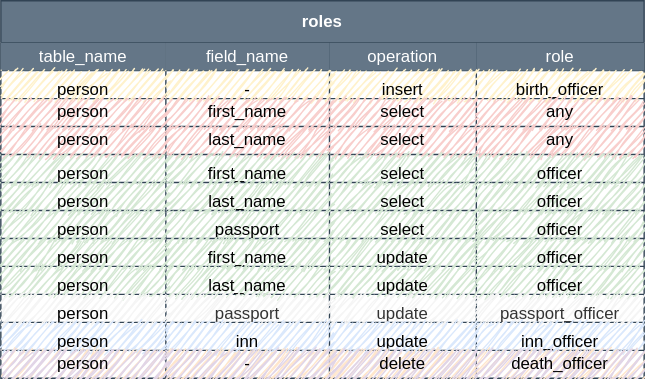
Before: modules/ROOT/images/datafactory/rbac-table.svg, a diagram exported from draw.io (epam/edp-ddm-architecture). Source tidied: cells renumbered, new cells last; positions are measured from the earlier drawing's top-left corner, leaving out a move shared by most shapes.
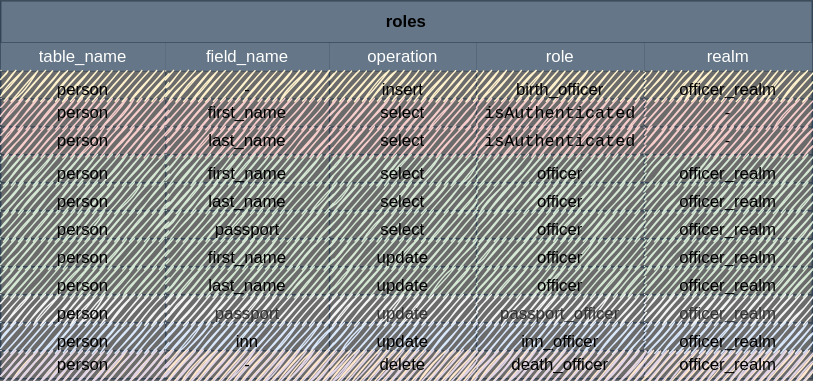
After the commit.

Commit message:
[MDTUDDM-5593] - considering Keycloak realm in RBAC

Diff of the diagram source:
```diff
@@ -1,12 +1,12 @@
-<mxGraphModel>
+<mxGraphModel background="#6B6B6B">
   <root>
     <mxCell id="0" />
     <mxCell id="1" parent="0" />
-    <mxCell id="2" value="roles" style="shape=table;html=1;whiteSpace=wrap;startSize=30;fontStyle=1;align=center;sketch=0;fillColor=#647687;strokeColor=#314354;fontColor=#ffffff;shadow=0;" parent="1" vertex="1">
-      <mxGeometry width="460" height="270" as="geometry" />
+    <mxCell id="2" value="roles" style="shape=table;html=1;whiteSpace=wrap;startSize=30;fontStyle=1;align=center;sketch=0;fillColor=#647687;strokeColor=#314354;shadow=0;fontColor=#000000;" parent="1" vertex="1">
+      <mxGeometry width="580" height="270" as="geometry" />
     </mxCell>
     <mxCell id="3" style="shape=partialRectangle;html=1;whiteSpace=wrap;fillColor=none;top=0;left=0;bottom=0;right=0;" parent="2" vertex="1">
-      <mxGeometry y="30" width="460" height="20" as="geometry" />
+      <mxGeometry y="30" width="580" height="20" as="geometry" />
     </mxCell>
     <mxCell id="4" value="table_name" style="shape=partialRectangle;html=1;whiteSpace=wrap;fillColor=#647687;top=0;left=0;bottom=0;right=0;overflow=hidden;strokeColor=#314354;fontColor=#ffffff;" parent="3" vertex="1">
       <mxGeometry width="118" height="20" as="geometry" />
@@ -20,8 +20,11 @@
     <mxCell id="7" value="role" style="shape=partialRectangle;html=1;whiteSpace=wrap;fillColor=#647687;top=0;left=0;bottom=0;right=0;overflow=hidden;strokeColor=#314354;fontColor=#ffffff;" parent="3" vertex="1">
       <mxGeometry x="340" width="120" height="20" as="geometry" />
     </mxCell>
+    <mxCell id="63" value="realm" style="shape=partialRectangle;html=1;whiteSpace=wrap;fillColor=#647687;top=0;left=0;bottom=0;right=0;overflow=hidden;strokeColor=#314354;fontColor=#ffffff;" parent="3" vertex="1">
+      <mxGeometry x="460" width="120" height="20" as="geometry" />
+    </mxCell>
     <mxCell id="8" style="shape=partialRectangle;html=1;whiteSpace=wrap;fillColor=none;top=0;left=0;bottom=0;right=0;" parent="2" vertex="1">
-      <mxGeometry y="50" width="460" height="20" as="geometry" />
+      <mxGeometry y="50" width="580" height="20" as="geometry" />
     </mxCell>
     <mxCell id="9" value="person" style="shape=partialRectangle;html=1;whiteSpace=wrap;fillColor=#fff2cc;top=0;left=0;bottom=0;right=0;overflow=hidden;verticalAlign=top;strokeColor=#d6b656;sketch=1;" parent="8" vertex="1">
       <mxGeometry width="118" height="20" as="geometry" />
@@ -35,8 +38,11 @@
     <mxCell id="12" value="birth_officer" style="shape=partialRectangle;html=1;whiteSpace=wrap;fillColor=#fff2cc;top=0;left=0;bottom=0;right=0;overflow=hidden;verticalAlign=top;strokeColor=#d6b656;sketch=1;" parent="8" vertex="1">
       <mxGeometry x="340" width="120" height="20" as="geometry" />
     </mxCell>
+    <mxCell id="64" value="officer_realm" style="shape=partialRectangle;html=1;whiteSpace=wrap;fillColor=#fff2cc;top=0;left=0;bottom=0;right=0;overflow=hidden;verticalAlign=top;strokeColor=#d6b656;sketch=1;" parent="8" vertex="1">
+      <mxGeometry x="460" width="120" height="20" as="geometry" />
+    </mxCell>
     <mxCell id="13" style="shape=partialRectangle;html=1;whiteSpace=wrap;fillColor=none;top=0;left=0;bottom=0;right=0;" parent="2" vertex="1">
-      <mxGeometry y="70" width="460" height="20" as="geometry" />
+      <mxGeometry y="70" width="580" height="20" as="geometry" />
     </mxCell>
     <mxCell id="14" value="person" style="shape=partialRectangle;html=1;whiteSpace=wrap;fillColor=#f8cecc;top=0;left=0;bottom=0;right=0;overflow=hidden;strokeColor=#b85450;sketch=1;" parent="13" vertex="1">
       <mxGeometry width="118" height="20" as="geometry" />
@@ -47,11 +53,14 @@
     <mxCell id="16" value="select" style="shape=partialRectangle;html=1;whiteSpace=wrap;fillColor=#f8cecc;top=0;left=0;bottom=0;right=0;overflow=hidden;strokeColor=#b85450;sketch=1;" parent="13" vertex="1">
       <mxGeometry x="235" width="105" height="20" as="geometry" />
     </mxCell>
-    <mxCell id="17" value="any" style="shape=partialRectangle;html=1;whiteSpace=wrap;fillColor=#f8cecc;top=0;left=0;bottom=0;right=0;overflow=hidden;strokeColor=#b85450;sketch=1;" parent="13" vertex="1">
+    <mxCell id="17" value="&lt;code&gt;isAuthenticated&lt;/code&gt;" style="shape=partialRectangle;html=1;whiteSpace=wrap;fillColor=#f8cecc;top=0;left=0;bottom=0;right=0;overflow=hidden;strokeColor=#b85450;sketch=1;" parent="13" vertex="1">
       <mxGeometry x="340" width="120" height="20" as="geometry" />
     </mxCell>
+    <mxCell id="65" value="&lt;span&gt;-&lt;/span&gt;" style="shape=partialRectangle;html=1;whiteSpace=wrap;fillColor=#f8cecc;top=0;left=0;bottom=0;right=0;overflow=hidden;strokeColor=#b85450;sketch=1;" parent="13" vertex="1">
+      <mxGeometry x="460" width="120" height="20" as="geometry" />
+    </mxCell>
     <mxCell id="18" style="shape=partialRectangle;html=1;whiteSpace=wrap;fillColor=none;top=0;left=0;bottom=0;right=0;" parent="2" vertex="1">
-      <mxGeometry y="90" width="460" height="20" as="geometry" />
+      <mxGeometry y="90" width="580" height="20" as="geometry" />
     </mxCell>
     <mxCell id="19" value="person" style="shape=partialRectangle;html=1;whiteSpace=wrap;fillColor=#f8cecc;top=0;left=0;bottom=0;right=0;overflow=hidden;strokeColor=#b85450;sketch=1;" parent="18" vertex="1">
       <mxGeometry width="118" height="20" as="geometry" />
@@ -62,11 +71,14 @@
     <mxCell id="21" value="&lt;span&gt;select&lt;/span&gt;" style="shape=partialRectangle;html=1;whiteSpace=wrap;fillColor=#f8cecc;top=0;left=0;bottom=0;right=0;overflow=hidden;strokeColor=#b85450;sketch=1;" parent="18" vertex="1">
       <mxGeometry x="235" width="105" height="20" as="geometry" />
     </mxCell>
-    <mxCell id="22" value="any" style="shape=partialRectangle;html=1;whiteSpace=wrap;fillColor=#f8cecc;top=0;left=0;bottom=0;right=0;overflow=hidden;strokeColor=#b85450;sketch=1;" parent="18" vertex="1">
+    <mxCell id="22" value="&lt;code&gt;isAuthenticated&lt;/code&gt;" style="shape=partialRectangle;html=1;whiteSpace=wrap;fillColor=#f8cecc;top=0;left=0;bottom=0;right=0;overflow=hidden;strokeColor=#b85450;sketch=1;" parent="18" vertex="1">
       <mxGeometry x="340" width="120" height="20" as="geometry" />
     </mxCell>
+    <mxCell id="66" value="&lt;span&gt;-&lt;/span&gt;" style="shape=partialRectangle;html=1;whiteSpace=wrap;fillColor=#f8cecc;top=0;left=0;bottom=0;right=0;overflow=hidden;strokeColor=#b85450;sketch=1;" parent="18" vertex="1">
+      <mxGeometry x="460" width="120" height="20" as="geometry" />
+    </mxCell>
     <mxCell id="23" style="shape=partialRectangle;html=1;whiteSpace=wrap;fillColor=none;top=0;left=0;bottom=0;right=0;" parent="2" vertex="1">
-      <mxGeometry y="110" width="460" height="20" as="geometry" />
+      <mxGeometry y="110" width="580" height="20" as="geometry" />
     </mxCell>
     <mxCell id="24" value="person" style="shape=partialRectangle;html=1;whiteSpace=wrap;fillColor=#d5e8d4;top=0;left=0;bottom=0;right=0;overflow=hidden;verticalAlign=top;strokeColor=#82b366;sketch=1;" parent="23" vertex="1">
       <mxGeometry width="118" height="20" as="geometry" />
@@ -80,8 +92,11 @@
     <mxCell id="27" value="&lt;span&gt;officer&lt;/span&gt;" style="shape=partialRectangle;html=1;whiteSpace=wrap;fillColor=#d5e8d4;top=0;left=0;bottom=0;right=0;overflow=hidden;verticalAlign=top;strokeColor=#82b366;sketch=1;" parent="23" vertex="1">
       <mxGeometry x="340" width="120" height="20" as="geometry" />
     </mxCell>
+    <mxCell id="67" value="&lt;span&gt;officer_realm&lt;/span&gt;" style="shape=partialRectangle;html=1;whiteSpace=wrap;fillColor=#d5e8d4;top=0;left=0;bottom=0;right=0;overflow=hidden;verticalAlign=top;strokeColor=#82b366;sketch=1;" parent="23" vertex="1">
+      <mxGeometry x="460" width="120" height="20" as="geometry" />
+    </mxCell>
     <mxCell id="28" style="shape=partialRectangle;html=1;whiteSpace=wrap;fillColor=none;top=0;left=0;bottom=0;right=0;" parent="2" vertex="1">
-      <mxGeometry y="130" width="460" height="20" as="geometry" />
+      <mxGeometry y="130" width="580" height="20" as="geometry" />
     </mxCell>
     <mxCell id="29" value="person" style="shape=partialRectangle;html=1;whiteSpace=wrap;fillColor=#d5e8d4;top=0;left=0;bottom=0;right=0;overflow=hidden;verticalAlign=top;strokeColor=#82b366;sketch=1;" parent="28" vertex="1">
       <mxGeometry width="118" height="20" as="geometry" />
@@ -95,8 +110,11 @@
     <mxCell id="32" value="&lt;span&gt;officer&lt;/span&gt;" style="shape=partialRectangle;html=1;whiteSpace=wrap;fillColor=#d5e8d4;top=0;left=0;bottom=0;right=0;overflow=hidden;verticalAlign=top;strokeColor=#82b366;sketch=1;" parent="28" vertex="1">
       <mxGeometry x="340" width="120" height="20" as="geometry" />
     </mxCell>
+    <mxCell id="68" value="&lt;span&gt;officer_realm&lt;/span&gt;" style="shape=partialRectangle;html=1;whiteSpace=wrap;fillColor=#d5e8d4;top=0;left=0;bottom=0;right=0;overflow=hidden;verticalAlign=top;strokeColor=#82b366;sketch=1;" parent="28" vertex="1">
+      <mxGeometry x="460" width="120" height="20" as="geometry" />
+    </mxCell>
     <mxCell id="33" style="shape=partialRectangle;html=1;whiteSpace=wrap;fillColor=none;top=0;left=0;bottom=0;right=0;" parent="2" vertex="1">
-      <mxGeometry y="150" width="460" height="20" as="geometry" />
+      <mxGeometry y="150" width="580" height="20" as="geometry" />
     </mxCell>
     <mxCell id="34" value="person" style="shape=partialRectangle;html=1;whiteSpace=wrap;fillColor=#d5e8d4;top=0;left=0;bottom=0;right=0;overflow=hidden;verticalAlign=top;strokeColor=#82b366;sketch=1;" parent="33" vertex="1">
       <mxGeometry width="118" height="20" as="geometry" />
@@ -110,8 +128,11 @@
     <mxCell id="37" value="&lt;span&gt;officer&lt;/span&gt;" style="shape=partialRectangle;html=1;whiteSpace=wrap;fillColor=#d5e8d4;top=0;left=0;bottom=0;right=0;overflow=hidden;verticalAlign=top;strokeColor=#82b366;sketch=1;" parent="33" vertex="1">
       <mxGeometry x="340" width="120" height="20" as="geometry" />
     </mxCell>
+    <mxCell id="69" value="&lt;span&gt;officer_realm&lt;/span&gt;" style="shape=partialRectangle;html=1;whiteSpace=wrap;fillColor=#d5e8d4;top=0;left=0;bottom=0;right=0;overflow=hidden;verticalAlign=top;strokeColor=#82b366;sketch=1;" parent="33" vertex="1">
+      <mxGeometry x="460" width="120" height="20" as="geometry" />
+    </mxCell>
     <mxCell id="38" style="shape=partialRectangle;html=1;whiteSpace=wrap;fillColor=none;top=0;left=0;bottom=0;right=0;" parent="2" vertex="1">
-      <mxGeometry y="170" width="460" height="20" as="geometry" />
+      <mxGeometry y="170" width="580" height="20" as="geometry" />
     </mxCell>
     <mxCell id="39" value="person" style="shape=partialRectangle;html=1;whiteSpace=wrap;fillColor=#d5e8d4;top=0;left=0;bottom=0;right=0;overflow=hidden;verticalAlign=top;strokeColor=#82b366;sketch=1;" parent="38" vertex="1">
       <mxGeometry width="118" height="20" as="geometry" />
@@ -125,8 +146,11 @@
     <mxCell id="42" value="&lt;span&gt;officer&lt;/span&gt;" style="shape=partialRectangle;html=1;whiteSpace=wrap;fillColor=#d5e8d4;top=0;left=0;bottom=0;right=0;overflow=hidden;verticalAlign=top;strokeColor=#82b366;sketch=1;" parent="38" vertex="1">
       <mxGeometry x="340" width="120" height="20" as="geometry" />
     </mxCell>
+    <mxCell id="70" value="&lt;span&gt;officer_realm&lt;/span&gt;" style="shape=partialRectangle;html=1;whiteSpace=wrap;fillColor=#d5e8d4;top=0;left=0;bottom=0;right=0;overflow=hidden;verticalAlign=top;strokeColor=#82b366;sketch=1;" parent="38" vertex="1">
+      <mxGeometry x="460" width="120" height="20" as="geometry" />
+    </mxCell>
     <mxCell id="43" style="shape=partialRectangle;html=1;whiteSpace=wrap;fillColor=none;top=0;left=0;bottom=0;right=0;" parent="2" vertex="1">
-      <mxGeometry y="190" width="460" height="20" as="geometry" />
+      <mxGeometry y="190" width="580" height="20" as="geometry" />
     </mxCell>
     <mxCell id="44" value="person" style="shape=partialRectangle;html=1;whiteSpace=wrap;fillColor=#d5e8d4;top=0;left=0;bottom=0;right=0;overflow=hidden;verticalAlign=top;strokeColor=#82b366;sketch=1;" parent="43" vertex="1">
       <mxGeometry width="118" height="20" as="geometry" />
@@ -140,8 +164,11 @@
     <mxCell id="47" value="&lt;span&gt;officer&lt;/span&gt;" style="shape=partialRectangle;html=1;whiteSpace=wrap;fillColor=#d5e8d4;top=0;left=0;bottom=0;right=0;overflow=hidden;verticalAlign=top;strokeColor=#82b366;sketch=1;" parent="43" vertex="1">
       <mxGeometry x="340" width="120" height="20" as="geometry" />
     </mxCell>
+    <mxCell id="71" value="&lt;span&gt;officer_realm&lt;/span&gt;" style="shape=partialRectangle;html=1;whiteSpace=wrap;fillColor=#d5e8d4;top=0;left=0;bottom=0;right=0;overflow=hidden;verticalAlign=top;strokeColor=#82b366;sketch=1;" parent="43" vertex="1">
+      <mxGeometry x="460" width="120" height="20" as="geometry" />
+    </mxCell>
     <mxCell id="48" style="shape=partialRectangle;html=1;whiteSpace=wrap;fillColor=none;top=0;left=0;bottom=0;right=0;" parent="2" vertex="1">
-      <mxGeometry y="210" width="460" height="20" as="geometry" />
+      <mxGeometry y="210" width="580" height="20" as="geometry" />
     </mxCell>
     <mxCell id="49" value="&lt;span style=&quot;color: rgb(0 , 0 , 0)&quot;&gt;person&lt;/span&gt;" style="shape=partialRectangle;html=1;whiteSpace=wrap;fillColor=#f5f5f5;top=0;left=0;bottom=0;right=0;overflow=hidden;verticalAlign=top;strokeColor=#666666;sketch=1;fontColor=#333333;" parent="48" vertex="1">
       <mxGeometry width="118" height="20" as="geometry" />
@@ -155,8 +182,11 @@
     <mxCell id="52" value="passport_officer" style="shape=partialRectangle;html=1;whiteSpace=wrap;top=0;left=0;bottom=0;right=0;overflow=hidden;verticalAlign=top;sketch=1;fillColor=#f5f5f5;strokeColor=#666666;fontColor=#333333;" parent="48" vertex="1">
       <mxGeometry x="340" width="120" height="20" as="geometry" />
     </mxCell>
+    <mxCell id="72" value="&lt;span style=&quot;&quot;&gt;officer_realm&lt;/span&gt;" style="shape=partialRectangle;html=1;whiteSpace=wrap;top=0;left=0;bottom=0;right=0;overflow=hidden;verticalAlign=top;sketch=1;fillColor=#f5f5f5;strokeColor=#666666;fontColor=#333333;" parent="48" vertex="1">
+      <mxGeometry x="460" width="120" height="20" as="geometry" />
+    </mxCell>
     <mxCell id="53" style="shape=partialRectangle;html=1;whiteSpace=wrap;fillColor=none;top=0;left=0;bottom=0;right=0;" parent="2" vertex="1">
-      <mxGeometry y="230" width="460" height="20" as="geometry" />
+      <mxGeometry y="230" width="580" height="20" as="geometry" />
     </mxCell>
     <mxCell id="54" value="person" style="shape=partialRectangle;html=1;whiteSpace=wrap;top=0;left=0;bottom=0;right=0;overflow=hidden;verticalAlign=top;sketch=1;fillColor=#dae8fc;strokeColor=#6c8ebf;" parent="53" vertex="1">
       <mxGeometry width="118" height="20" as="geometry" />
@@ -170,8 +200,11 @@
     <mxCell id="57" value="&lt;span&gt;inn_officer&lt;/span&gt;" style="shape=partialRectangle;html=1;whiteSpace=wrap;top=0;left=0;bottom=0;right=0;overflow=hidden;verticalAlign=top;sketch=1;fillColor=#dae8fc;strokeColor=#6c8ebf;" parent="53" vertex="1">
       <mxGeometry x="340" width="120" height="20" as="geometry" />
     </mxCell>
+    <mxCell id="73" value="&lt;span&gt;officer_realm&lt;/span&gt;" style="shape=partialRectangle;html=1;whiteSpace=wrap;top=0;left=0;bottom=0;right=0;overflow=hidden;verticalAlign=top;sketch=1;fillColor=#dae8fc;strokeColor=#6c8ebf;" parent="53" vertex="1">
+      <mxGeometry x="460" width="120" height="20" as="geometry" />
+    </mxCell>
     <mxCell id="58" style="shape=partialRectangle;html=1;whiteSpace=wrap;fillColor=#ffe6cc;top=0;left=0;bottom=0;right=0;strokeColor=#d79b00;sketch=1;" parent="2" vertex="1">
-      <mxGeometry y="250" width="460" height="20" as="geometry" />
+      <mxGeometry y="250" width="580" height="20" as="geometry" />
     </mxCell>
     <mxCell id="59" value="person" style="shape=partialRectangle;html=1;whiteSpace=wrap;fillColor=#e1d5e7;top=0;left=0;bottom=0;right=0;overflow=hidden;strokeColor=#9673a6;sketch=1;" parent="58" vertex="1">
       <mxGeometry width="118" height="20" as="geometry" />
@@ -185,5 +218,8 @@
     <mxCell id="62" value="death_officer" style="shape=partialRectangle;html=1;whiteSpace=wrap;top=0;left=0;bottom=0;right=0;overflow=hidden;sketch=1;fillColor=#e1d5e7;strokeColor=#9673a6;" parent="58" vertex="1">
       <mxGeometry x="340" width="120" height="20" as="geometry" />
     </mxCell>
+    <mxCell id="74" value="&lt;span&gt;officer_realm&lt;/span&gt;" style="shape=partialRectangle;html=1;whiteSpace=wrap;top=0;left=0;bottom=0;right=0;overflow=hidden;sketch=1;fillColor=#e1d5e7;strokeColor=#9673a6;" parent="58" vertex="1">
+      <mxGeometry x="460" width="120" height="20" as="geometry" />
+    </mxCell>
   </root>
 </mxGraphModel>
```
